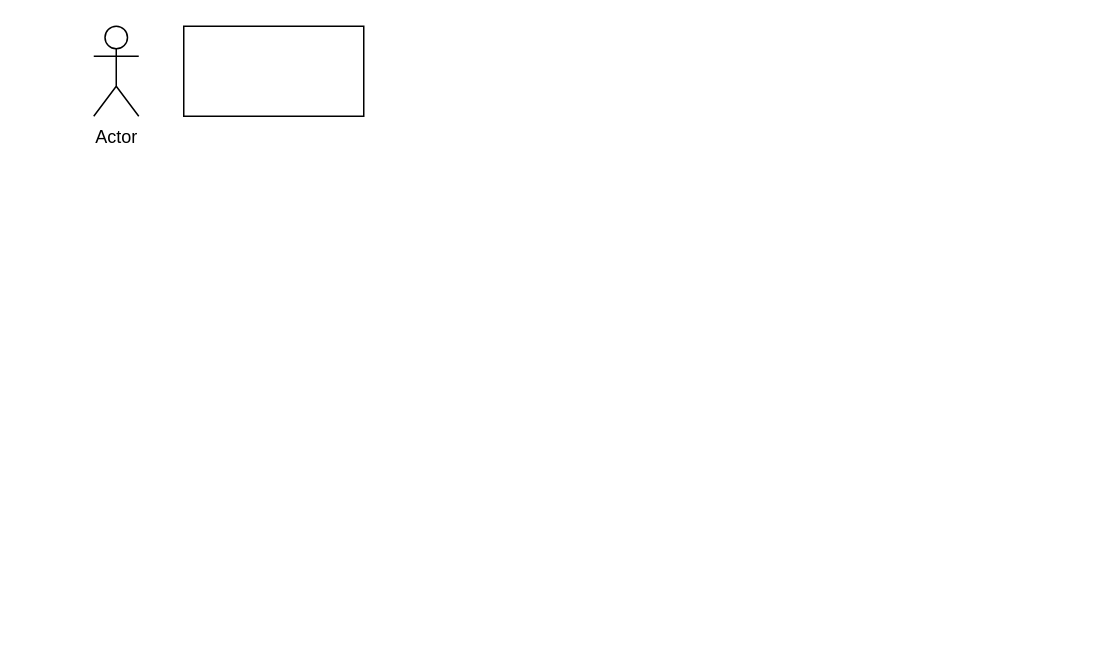
Before: docs/drawio-files/認証基盤ユーザーストーリー.drawio in yoshiyuki-140/mail-auth-function, a draw.io diagram. Source tidied: cells renumbered, new cells numbered last; positions are measured from the earlier drawing's top-left corner, leaving out a move shared by most shapes. Both pictures are drawn from the tidied source at 150%, with x=0, y=0 at pixel (93, 26).
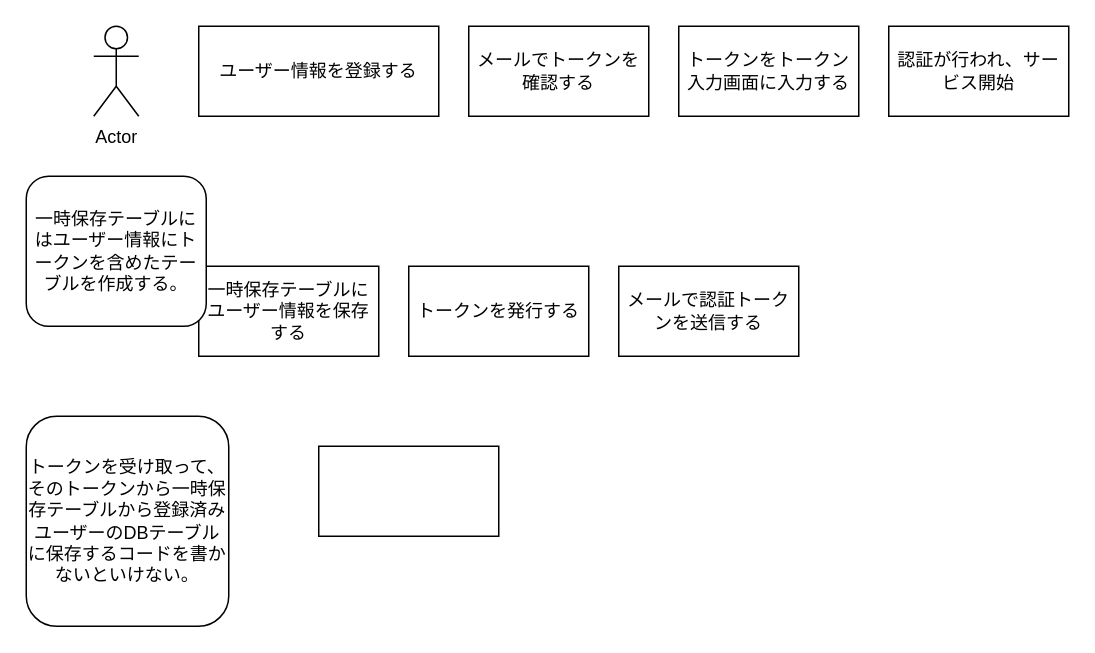
After the change.

Commit message (it also covers changes not shown here):
update : drawioファイルを改変

What changed in the source:
```diff
@@
 <mxGraphModel>
   <root>
     <mxCell id="0" />
     <mxCell id="1" parent="0" />
     <mxCell id="2" value="Actor" style="shape=umlActor;verticalLabelPosition=bottom;verticalAlign=top;html=1;" parent="1" vertex="1">
       <mxGeometry width="30" height="60" as="geometry" />
     </mxCell>
-    <mxCell id="3" style="rounded=0;whiteSpace=wrap;html=1;" parent="1" vertex="1">
-      <mxGeometry x="60" width="120" height="60" as="geometry" />
+    <mxCell id="3" value="ユーザー情報を登録する" style="rounded=0;whiteSpace=wrap;html=1;" parent="1" vertex="1">
+      <mxGeometry x="70" width="160" height="60" as="geometry" />
     </mxCell>
+    <mxCell id="4" value="一時保存テーブルにユーザー情報を保存する" style="rounded=0;whiteSpace=wrap;html=1;" parent="1" vertex="1">
+      <mxGeometry x="70" y="160" width="120" height="60" as="geometry" />
+    </mxCell>
+    <mxCell id="5" value="メールでトークンを確認する" style="rounded=0;whiteSpace=wrap;html=1;" parent="1" vertex="1">
+      <mxGeometry x="250" width="120" height="60" as="geometry" />
+    </mxCell>
+    <mxCell id="6" value="トークンを発行する" style="rounded=0;whiteSpace=wrap;html=1;" parent="1" vertex="1">
+      <mxGeometry x="210" y="160" width="120" height="60" as="geometry" />
+    </mxCell>
+    <mxCell id="7" value="メールで認証トークンを送信する" style="rounded=0;whiteSpace=wrap;html=1;" parent="1" vertex="1">
+      <mxGeometry x="350" y="160" width="120" height="60" as="geometry" />
+    </mxCell>
+    <mxCell id="8" style="rounded=0;whiteSpace=wrap;html=1;" parent="1" vertex="1">
+      <mxGeometry x="150" y="280" width="120" height="60" as="geometry" />
+    </mxCell>
+    <mxCell id="9" value="トークンをトークン入力画面に入力する" style="rounded=0;whiteSpace=wrap;html=1;" parent="1" vertex="1">
+      <mxGeometry x="390" width="120" height="60" as="geometry" />
+    </mxCell>
+    <mxCell id="10" value="認証が行われ、サービス開始" style="rounded=0;whiteSpace=wrap;html=1;" parent="1" vertex="1">
+      <mxGeometry x="530" width="120" height="60" as="geometry" />
+    </mxCell>
+    <mxCell id="11" value="一時保存テーブルにはユーザー情報にトークンを含めたテーブルを作成する。" style="rounded=1;whiteSpace=wrap;html=1;" parent="1" vertex="1">
+      <mxGeometry x="-45" y="100" width="120" height="100" as="geometry" />
+    </mxCell>
+    <mxCell id="12" value="トークンを受け取って、そのトークンから一時保存テーブルから登録済みユーザーのDBテーブルに保存するコードを書かないといけない。" style="rounded=1;whiteSpace=wrap;html=1;" parent="1" vertex="1">
+      <mxGeometry x="-45" y="260" width="135" height="140" as="geometry" />
+    </mxCell>
   </root>
 </mxGraphModel>
```
